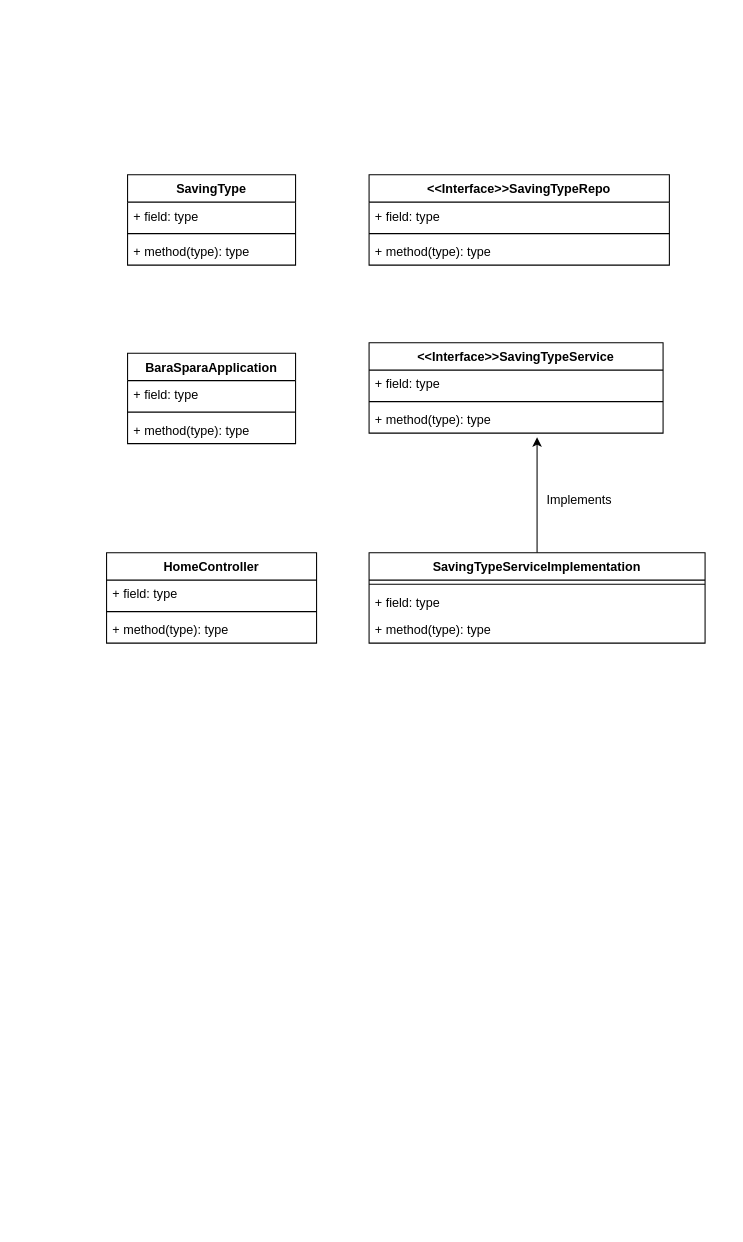
bhs15/HugbunadarVerkfni1-Hopur27-BaraSpara keeps this draw.io diagram as UMLClassDiagram.drawio. Above is the earlier version. Source tidied: cells renumbered, new cells numbered last; positions are measured from the earlier drawing's top-left corner, leaving out a move shared by most shapes. Both pictures are drawn from the tidied source at 105%, with x=0, y=0 at pixel (106, 174).
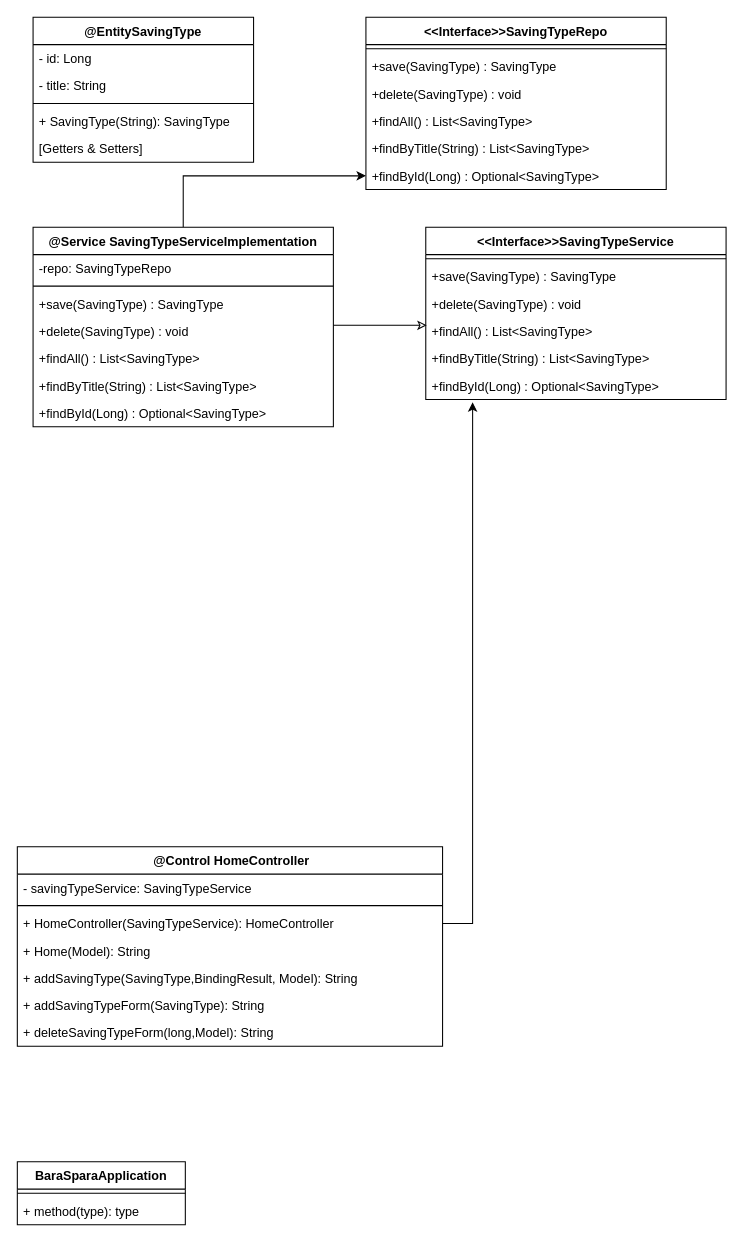
After the change.

Commit message:
Kláraði SavingType UML hlutan

The edit, as a diff of the source:
```diff
@@
-    <mxCell id="2" value="&lt;&lt;Interface&gt;&gt;SavingTypeService" style="swimlane;fontStyle=1;align=center;verticalAlign=top;horizontal=1;startSize=26;" parent="1" vertex="1">
-      <mxGeometry x="250" y="160" width="280" height="86" as="geometry" />
-    </mxCell>
-    <mxCell id="3" value="+ field: type" style="text;strokeColor=none;fillColor=none;align=left;verticalAlign=top;spacingLeft=4;spacingRight=4;overflow=hidden;" parent="2" vertex="1">
-      <mxGeometry y="26" width="280" height="26" as="geometry" />
-    </mxCell>
-    <mxCell id="4" style="line;strokeWidth=1;fillColor=none;align=left;verticalAlign=middle;spacingTop=-1;spacingLeft=3;spacingRight=3;labelPosition=right;" parent="2" vertex="1">
-      <mxGeometry y="52" width="280" height="8" as="geometry" />
-    </mxCell>
-    <mxCell id="5" value="+ method(type): type" style="text;strokeColor=none;fillColor=none;align=left;verticalAlign=top;spacingLeft=4;spacingRight=4;overflow=hidden;" parent="2" vertex="1">
-      <mxGeometry y="60" width="280" height="26" as="geometry" />
-    </mxCell>
-    <mxCell id="6" style="edgeStyle=orthogonalEdgeStyle;rounded=0;jettySize=auto;html=1;" parent="1" edge="1" source="7">
-      <mxGeometry relative="1" as="geometry">
-        <mxPoint x="410" y="250" as="targetPoint" />
-      </mxGeometry>
-    </mxCell>
-    <mxCell id="7" value="SavingTypeServiceImplementation" style="swimlane;fontStyle=1;align=center;verticalAlign=top;horizontal=1;startSize=26;" parent="1" vertex="1">
-      <mxGeometry x="250" y="360" width="320" height="86" as="geometry" />
-    </mxCell>
-    <mxCell id="8" style="line;strokeWidth=1;fillColor=none;align=left;verticalAlign=middle;spacingTop=-1;spacingLeft=3;spacingRight=3;labelPosition=right;" parent="7" vertex="1">
-      <mxGeometry y="26" width="320" height="8" as="geometry" />
-    </mxCell>
-    <mxCell id="9" value="+ field: type" style="text;strokeColor=none;fillColor=none;align=left;verticalAlign=top;spacingLeft=4;spacingRight=4;overflow=hidden;" parent="7" vertex="1">
-      <mxGeometry y="34" width="320" height="26" as="geometry" />
-    </mxCell>
-    <mxCell id="10" value="+ method(type): type" style="text;strokeColor=none;fillColor=none;align=left;verticalAlign=top;spacingLeft=4;spacingRight=4;overflow=hidden;" parent="7" vertex="1">
-      <mxGeometry y="60" width="320" height="26" as="geometry" />
-    </mxCell>
-    <mxCell id="11" value="Implements" style="text;html=1;align=center;verticalAlign=middle;" parent="1" vertex="1">
-      <mxGeometry x="410" y="300" width="80" height="20" as="geometry" />
-    </mxCell>
-    <mxCell id="12" value="&lt;&lt;Interface&gt;&gt;SavingTypeRepo" style="swimlane;fontStyle=1;align=center;verticalAlign=top;horizontal=1;startSize=26;" parent="1" vertex="1">
-      <mxGeometry x="250" width="286" height="86" as="geometry" />
-    </mxCell>
-    <mxCell id="13" value="+ field: type" style="text;strokeColor=none;fillColor=none;align=left;verticalAlign=top;spacingLeft=4;spacingRight=4;overflow=hidden;" parent="12" vertex="1">
-      <mxGeometry y="26" width="286" height="26" as="geometry" />
-    </mxCell>
-    <mxCell id="14" style="line;strokeWidth=1;fillColor=none;align=left;verticalAlign=middle;spacingTop=-1;spacingLeft=3;spacingRight=3;labelPosition=right;" parent="12" vertex="1">
-      <mxGeometry y="52" width="286" height="8" as="geometry" />
-    </mxCell>
-    <mxCell id="15" value="+ method(type): type" style="text;strokeColor=none;fillColor=none;align=left;verticalAlign=top;spacingLeft=4;spacingRight=4;overflow=hidden;" parent="12" vertex="1">
-      <mxGeometry y="60" width="286" height="26" as="geometry" />
-    </mxCell>
-    <mxCell id="16" value="SavingType" style="swimlane;fontStyle=1;align=center;verticalAlign=top;horizontal=1;startSize=26;" parent="1" vertex="1">
-      <mxGeometry x="20" width="160" height="86" as="geometry" />
-    </mxCell>
-    <mxCell id="17" value="+ field: type" style="text;strokeColor=none;fillColor=none;align=left;verticalAlign=top;spacingLeft=4;spacingRight=4;overflow=hidden;" parent="16" vertex="1">
-      <mxGeometry y="26" width="160" height="26" as="geometry" />
-    </mxCell>
-    <mxCell id="18" style="line;strokeWidth=1;fillColor=none;align=left;verticalAlign=middle;spacingTop=-1;spacingLeft=3;spacingRight=3;labelPosition=right;" parent="16" vertex="1">
-      <mxGeometry y="52" width="160" height="8" as="geometry" />
-    </mxCell>
-    <mxCell id="19" value="+ method(type): type" style="text;strokeColor=none;fillColor=none;align=left;verticalAlign=top;spacingLeft=4;spacingRight=4;overflow=hidden;" parent="16" vertex="1">
-      <mxGeometry y="60" width="160" height="26" as="geometry" />
-    </mxCell>
-    <mxCell id="20" value="BaraSparaApplication" style="swimlane;fontStyle=1;align=center;verticalAlign=top;horizontal=1;startSize=26;" parent="1" vertex="1">
-      <mxGeometry x="20" y="170" width="160" height="86" as="geometry" />
-    </mxCell>
-    <mxCell id="21" value="+ field: type" style="text;strokeColor=none;fillColor=none;align=left;verticalAlign=top;spacingLeft=4;spacingRight=4;overflow=hidden;" parent="20" vertex="1">
-      <mxGeometry y="26" width="160" height="26" as="geometry" />
-    </mxCell>
-    <mxCell id="22" style="line;strokeWidth=1;fillColor=none;align=left;verticalAlign=middle;spacingTop=-1;spacingLeft=3;spacingRight=3;labelPosition=right;" parent="20" vertex="1">
-      <mxGeometry y="52" width="160" height="8" as="geometry" />
-    </mxCell>
-    <mxCell id="23" value="+ method(type): type" style="text;strokeColor=none;fillColor=none;align=left;verticalAlign=top;spacingLeft=4;spacingRight=4;overflow=hidden;" parent="20" vertex="1">
-      <mxGeometry y="60" width="160" height="26" as="geometry" />
-    </mxCell>
+    <mxCell id="28" style="edgeStyle=orthogonalEdgeStyle;rounded=0;jettySize=auto;html=1;entryX=0.156;entryY=1.103;entryDx=0;entryDy=0;entryPerimeter=0;" parent="1" edge="1" source="24" target="52">
+      <mxGeometry relative="1" as="geometry">
+        <Array as="points">
+          <mxPoint x="349" y="713" />
+        </Array>
+      </mxGeometry>
+    </mxCell>
-    <mxCell id="24" value="HomeController" style="swimlane;fontStyle=1;align=center;verticalAlign=top;horizontal=1;startSize=26;" parent="1" vertex="1">
-      <mxGeometry y="360" width="200" height="86" as="geometry" />
+    <mxCell id="24" value=" @Control HomeController" style="swimlane;fontStyle=1;align=center;verticalAlign=top;horizontal=1;startSize=26;" parent="1" vertex="1">
+      <mxGeometry x="-85" y="640" width="405" height="190" as="geometry" />
     </mxCell>
-    <mxCell id="25" value="+ field: type" style="text;strokeColor=none;fillColor=none;align=left;verticalAlign=top;spacingLeft=4;spacingRight=4;overflow=hidden;" parent="24" vertex="1">
-      <mxGeometry y="26" width="200" height="26" as="geometry" />
+    <mxCell id="25" value="- savingTypeService: SavingTypeService" style="text;strokeColor=none;fillColor=none;align=left;verticalAlign=top;spacingLeft=4;spacingRight=4;overflow=hidden;" parent="24" vertex="1">
+      <mxGeometry y="26" width="405" height="26" as="geometry" />
     </mxCell>
     <mxCell id="26" style="line;strokeWidth=1;fillColor=none;align=left;verticalAlign=middle;spacingTop=-1;spacingLeft=3;spacingRight=3;labelPosition=right;" parent="24" vertex="1">
-      <mxGeometry y="52" width="200" height="8" as="geometry" />
+      <mxGeometry y="52" width="405" height="8" as="geometry" />
     </mxCell>
-    <mxCell id="27" value="+ method(type): type" style="text;strokeColor=none;fillColor=none;align=left;verticalAlign=top;spacingLeft=4;spacingRight=4;overflow=hidden;" parent="24" vertex="1">
-      <mxGeometry y="60" width="200" height="26" as="geometry" />
+    <mxCell id="27" value="+ HomeController(SavingTypeService): HomeController" style="text;strokeColor=none;fillColor=none;align=left;verticalAlign=top;spacingLeft=4;spacingRight=4;overflow=hidden;" parent="24" vertex="1">
+      <mxGeometry y="60" width="405" height="26" as="geometry" />
     </mxCell>
+    <mxCell id="29" value="+ Home(Model): String" style="text;strokeColor=none;fillColor=none;align=left;verticalAlign=top;spacingLeft=4;spacingRight=4;overflow=hidden;" parent="24" vertex="1">
+      <mxGeometry y="86" width="405" height="26" as="geometry" />
+    </mxCell>
+    <mxCell id="30" value="+ addSavingType(SavingType,BindingResult, Model): String" style="text;strokeColor=none;fillColor=none;align=left;verticalAlign=top;spacingLeft=4;spacingRight=4;overflow=hidden;" parent="24" vertex="1">
+      <mxGeometry y="112" width="405" height="26" as="geometry" />
+    </mxCell>
+    <mxCell id="31" value="+ addSavingTypeForm(SavingType): String" style="text;strokeColor=none;fillColor=none;align=left;verticalAlign=top;spacingLeft=4;spacingRight=4;overflow=hidden;" parent="24" vertex="1">
+      <mxGeometry y="138" width="405" height="26" as="geometry" />
+    </mxCell>
+    <mxCell id="32" value="+ deleteSavingTypeForm(long,Model): String" style="text;strokeColor=none;fillColor=none;align=left;verticalAlign=top;spacingLeft=4;spacingRight=4;overflow=hidden;" parent="24" vertex="1">
+      <mxGeometry y="164" width="405" height="26" as="geometry" />
+    </mxCell>
+    <mxCell id="12" value="&lt;&lt;Interface&gt;&gt;SavingTypeRepo" style="swimlane;fontStyle=1;align=center;verticalAlign=top;horizontal=1;startSize=26;" parent="1" vertex="1">
+      <mxGeometry x="247" y="-150" width="286" height="164" as="geometry" />
+    </mxCell>
+    <mxCell id="14" style="line;strokeWidth=1;fillColor=none;align=left;verticalAlign=middle;spacingTop=-1;spacingLeft=3;spacingRight=3;labelPosition=right;" parent="12" vertex="1">
+      <mxGeometry y="26" width="286" height="8" as="geometry" />
+    </mxCell>
+    <mxCell id="15" value="+save(SavingType) : SavingType" style="text;strokeColor=none;fillColor=none;align=left;verticalAlign=top;spacingLeft=4;spacingRight=4;overflow=hidden;" parent="12" vertex="1">
+      <mxGeometry y="34" width="286" height="26" as="geometry" />
+    </mxCell>
+    <mxCell id="33" value="+delete(SavingType) : void" style="text;strokeColor=none;fillColor=none;align=left;verticalAlign=top;spacingLeft=4;spacingRight=4;overflow=hidden;" parent="12" vertex="1">
+      <mxGeometry y="60" width="286" height="26" as="geometry" />
+    </mxCell>
+    <mxCell id="34" value="+findAll() : List&lt;SavingType&gt;" style="text;strokeColor=none;fillColor=none;align=left;verticalAlign=top;spacingLeft=4;spacingRight=4;overflow=hidden;" parent="12" vertex="1">
+      <mxGeometry y="86" width="286" height="26" as="geometry" />
+    </mxCell>
+    <mxCell id="35" value="+findByTitle(String) : List&lt;SavingType&gt;" style="text;strokeColor=none;fillColor=none;align=left;verticalAlign=top;spacingLeft=4;spacingRight=4;overflow=hidden;" parent="12" vertex="1">
+      <mxGeometry y="112" width="286" height="26" as="geometry" />
+    </mxCell>
+    <mxCell id="36" value="+findById(Long) : Optional&lt;SavingType&gt;" style="text;strokeColor=none;fillColor=none;align=left;verticalAlign=top;spacingLeft=4;spacingRight=4;overflow=hidden;points=[[0,0.5],[1,0.5]];portConstraint=eastwest;" parent="12" vertex="1">
+      <mxGeometry y="138" width="286" height="26" as="geometry" />
+    </mxCell>
+    <mxCell id="37" style="edgeStyle=orthogonalEdgeStyle;rounded=0;jettySize=auto;html=1;entryX=0.003;entryY=0.282;entryDx=0;entryDy=0;entryPerimeter=0;endArrow=classic;endFill=0;" parent="1" edge="1" source="39" target="50">
+      <mxGeometry relative="1" as="geometry">
+        <Array as="points">
+          <mxPoint x="260" y="143" />
+        </Array>
+      </mxGeometry>
+    </mxCell>
+    <mxCell id="38" style="edgeStyle=orthogonalEdgeStyle;rounded=0;jettySize=auto;html=1;entryX=0;entryY=0.5;entryDx=0;entryDy=0;" parent="1" edge="1" source="39" target="36">
+      <mxGeometry relative="1" as="geometry" />
+    </mxCell>
+    <mxCell id="39" value="@Service SavingTypeServiceImplementation" style="swimlane;fontStyle=1;align=center;verticalAlign=top;horizontal=1;startSize=26;" parent="1" vertex="1">
+      <mxGeometry x="-70" y="50" width="286" height="190" as="geometry" />
+    </mxCell>
+    <mxCell id="40" value="-repo: SavingTypeRepo" style="text;strokeColor=none;fillColor=none;align=left;verticalAlign=top;spacingLeft=4;spacingRight=4;overflow=hidden;" parent="39" vertex="1">
+      <mxGeometry y="26" width="286" height="26" as="geometry" />
+    </mxCell>
+    <mxCell id="41" style="line;strokeWidth=1;fillColor=none;align=left;verticalAlign=middle;spacingTop=-1;spacingLeft=3;spacingRight=3;labelPosition=right;" parent="39" vertex="1">
+      <mxGeometry y="52" width="286" height="8" as="geometry" />
+    </mxCell>
+    <mxCell id="42" value="+save(SavingType) : SavingType" style="text;strokeColor=none;fillColor=none;align=left;verticalAlign=top;spacingLeft=4;spacingRight=4;overflow=hidden;" parent="39" vertex="1">
+      <mxGeometry y="60" width="286" height="26" as="geometry" />
+    </mxCell>
+    <mxCell id="43" value="+delete(SavingType) : void" style="text;strokeColor=none;fillColor=none;align=left;verticalAlign=top;spacingLeft=4;spacingRight=4;overflow=hidden;" parent="39" vertex="1">
+      <mxGeometry y="86" width="286" height="26" as="geometry" />
+    </mxCell>
+    <mxCell id="44" value="+findAll() : List&lt;SavingType&gt;" style="text;strokeColor=none;fillColor=none;align=left;verticalAlign=top;spacingLeft=4;spacingRight=4;overflow=hidden;" parent="39" vertex="1">
+      <mxGeometry y="112" width="286" height="26" as="geometry" />
+    </mxCell>
+    <mxCell id="45" value="+findByTitle(String) : List&lt;SavingType&gt;" style="text;strokeColor=none;fillColor=none;align=left;verticalAlign=top;spacingLeft=4;spacingRight=4;overflow=hidden;" parent="39" vertex="1">
+      <mxGeometry y="138" width="286" height="26" as="geometry" />
+    </mxCell>
+    <mxCell id="46" value="+findById(Long) : Optional&lt;SavingType&gt;" style="text;strokeColor=none;fillColor=none;align=left;verticalAlign=top;spacingLeft=4;spacingRight=4;overflow=hidden;" parent="39" vertex="1">
+      <mxGeometry y="164" width="286" height="26" as="geometry" />
+    </mxCell>
+    <mxCell id="2" value="&lt;&lt;Interface&gt;&gt;SavingTypeService" style="swimlane;fontStyle=1;align=center;verticalAlign=top;horizontal=1;startSize=26;" parent="1" vertex="1">
+      <mxGeometry x="304" y="50" width="286" height="164" as="geometry" />
+    </mxCell>
+    <mxCell id="47" style="line;strokeWidth=1;fillColor=none;align=left;verticalAlign=middle;spacingTop=-1;spacingLeft=3;spacingRight=3;labelPosition=right;" parent="2" vertex="1">
+      <mxGeometry y="26" width="286" height="8" as="geometry" />
+    </mxCell>
+    <mxCell id="48" value="+save(SavingType) : SavingType" style="text;strokeColor=none;fillColor=none;align=left;verticalAlign=top;spacingLeft=4;spacingRight=4;overflow=hidden;" parent="2" vertex="1">
+      <mxGeometry y="34" width="286" height="26" as="geometry" />
+    </mxCell>
+    <mxCell id="49" value="+delete(SavingType) : void" style="text;strokeColor=none;fillColor=none;align=left;verticalAlign=top;spacingLeft=4;spacingRight=4;overflow=hidden;" parent="2" vertex="1">
+      <mxGeometry y="60" width="286" height="26" as="geometry" />
+    </mxCell>
+    <mxCell id="50" value="+findAll() : List&lt;SavingType&gt;" style="text;strokeColor=none;fillColor=none;align=left;verticalAlign=top;spacingLeft=4;spacingRight=4;overflow=hidden;points=[[0,0.5],[1,0.5]];portConstraint=eastwest;" parent="2" vertex="1">
+      <mxGeometry y="86" width="286" height="26" as="geometry" />
+    </mxCell>
+    <mxCell id="51" value="+findByTitle(String) : List&lt;SavingType&gt;" style="text;strokeColor=none;fillColor=none;align=left;verticalAlign=top;spacingLeft=4;spacingRight=4;overflow=hidden;" parent="2" vertex="1">
+      <mxGeometry y="112" width="286" height="26" as="geometry" />
+    </mxCell>
+    <mxCell id="52" value="+findById(Long) : Optional&lt;SavingType&gt;" style="text;strokeColor=none;fillColor=none;align=left;verticalAlign=top;spacingLeft=4;spacingRight=4;overflow=hidden;points=[[0,0.5],[1,0.5]];portConstraint=eastwest;" parent="2" vertex="1">
+      <mxGeometry y="138" width="286" height="26" as="geometry" />
+    </mxCell>
+    <mxCell id="16" value="@EntitySavingType" style="swimlane;fontStyle=1;align=center;verticalAlign=top;horizontal=1;startSize=26;" parent="1" vertex="1">
+      <mxGeometry x="-70" y="-150" width="210" height="138" as="geometry" />
+    </mxCell>
+    <mxCell id="17" value="- id: Long&#10;" style="text;strokeColor=none;fillColor=none;align=left;verticalAlign=top;spacingLeft=4;spacingRight=4;overflow=hidden;" parent="16" vertex="1">
+      <mxGeometry y="26" width="210" height="26" as="geometry" />
+    </mxCell>
+    <mxCell id="53" value="- title: String&#10;" style="text;strokeColor=none;fillColor=none;align=left;verticalAlign=top;spacingLeft=4;spacingRight=4;overflow=hidden;" parent="16" vertex="1">
+      <mxGeometry y="52" width="210" height="26" as="geometry" />
+    </mxCell>
+    <mxCell id="18" style="line;strokeWidth=1;fillColor=none;align=left;verticalAlign=middle;spacingTop=-1;spacingLeft=3;spacingRight=3;labelPosition=right;" parent="16" vertex="1">
+      <mxGeometry y="78" width="210" height="8" as="geometry" />
+    </mxCell>
+    <mxCell id="19" value="+ SavingType(String): SavingType" style="text;strokeColor=none;fillColor=none;align=left;verticalAlign=top;spacingLeft=4;spacingRight=4;overflow=hidden;" parent="16" vertex="1">
+      <mxGeometry y="86" width="210" height="26" as="geometry" />
+    </mxCell>
+    <mxCell id="54" value="[Getters &amp; Setters]" style="text;strokeColor=none;fillColor=none;align=left;verticalAlign=top;spacingLeft=4;spacingRight=4;overflow=hidden;" parent="16" vertex="1">
+      <mxGeometry y="112" width="210" height="26" as="geometry" />
+    </mxCell>
+    <mxCell id="20" value="BaraSparaApplication" style="swimlane;fontStyle=1;align=center;verticalAlign=top;horizontal=1;startSize=26;" parent="1" vertex="1">
+      <mxGeometry x="-85" y="940" width="160" height="60" as="geometry" />
+    </mxCell>
+    <mxCell id="22" style="line;strokeWidth=1;fillColor=none;align=left;verticalAlign=middle;spacingTop=-1;spacingLeft=3;spacingRight=3;labelPosition=right;" parent="20" vertex="1">
+      <mxGeometry y="26" width="160" height="8" as="geometry" />
+    </mxCell>
+    <mxCell id="23" value="+ method(type): type" style="text;strokeColor=none;fillColor=none;align=left;verticalAlign=top;spacingLeft=4;spacingRight=4;overflow=hidden;" parent="20" vertex="1">
+      <mxGeometry y="34" width="160" height="26" as="geometry" />
+    </mxCell>
```
